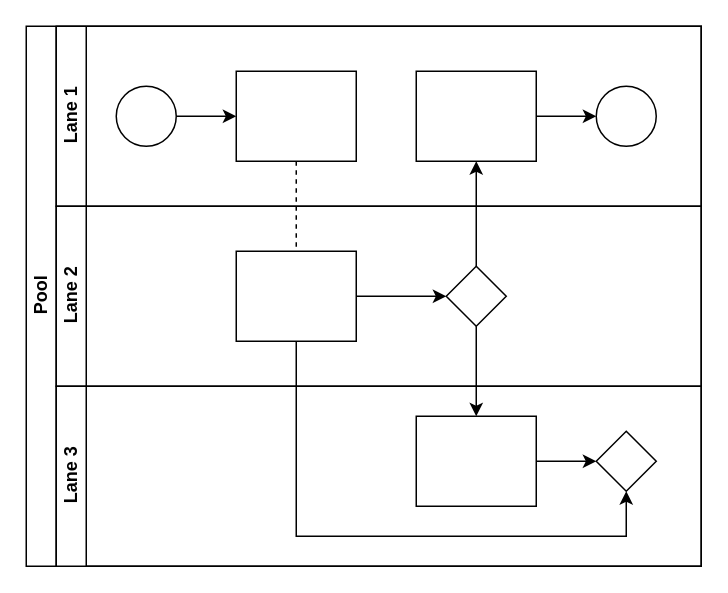
RahSharma6/PayslipApp keeps this draw.io diagram as Untitled Diagram.drawio. Above is the earlier version. Source tidied: cells renumbered, new cells numbered last; positions are measured from the earlier drawing's top-left corner, leaving out a move shared by most shapes. Both pictures are drawn from the tidied source at 150%, with x=0, y=0 at pixel (26, 26).
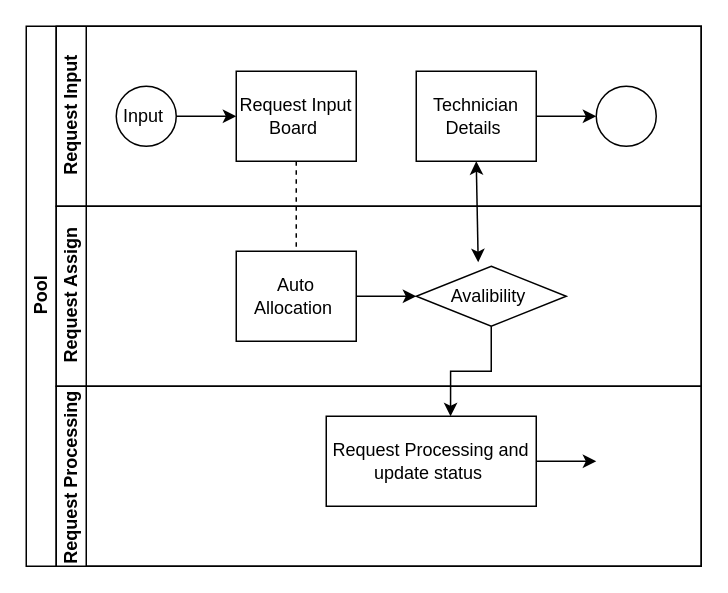
The same page after the edit.

The change refers to these unchanged cells:
```xml
<mxCell id="2" value="Pool" style="swimlane;html=1;horizontal=0;startSize=20;" parent="1" vertex="1">
  <mxGeometry width="450" height="360" as="geometry" />
</mxCell>
```

What changed in the source:
```diff
@@
-    <mxCell id="4" style="edgeStyle=orthogonalEdgeStyle;rounded=0;jettySize=auto;html=1;endArrow=classic;endFill=1;" parent="2" edge="1" source="17" target="12">
-      <mxGeometry relative="1" as="geometry" />
-    </mxCell>
-    <mxCell id="5" style="edgeStyle=orthogonalEdgeStyle;rounded=0;jettySize=auto;html=1;endArrow=classic;endFill=1;" parent="2" edge="1" source="17" target="20">
-      <mxGeometry relative="1" as="geometry" />
-    </mxCell>
-    <mxCell id="6" style="edgeStyle=orthogonalEdgeStyle;rounded=0;jettySize=auto;html=1;endArrow=classic;endFill=1;" parent="2" edge="1" source="16" target="21">
-      <mxGeometry relative="1" as="geometry">
-        <Array as="points">
-          <mxPoint x="180" y="340" />
-          <mxPoint x="400" y="340" />
-        </Array>
-      </mxGeometry>
-    </mxCell>
-    <mxCell id="7" value="Lane 1" style="swimlane;html=1;startSize=20;horizontal=0;" parent="2" vertex="1">
+    <mxCell id="7" value="Request Input" style="swimlane;html=1;startSize=20;horizontal=0;" parent="2" vertex="1">
       <mxGeometry x="20" width="430" height="120" as="geometry" />
     </mxCell>
@@
-    <mxCell id="9" style="ellipse;whiteSpace=wrap;html=1;" parent="7" vertex="1">
+    <mxCell id="9" value="Input&amp;nbsp;" style="ellipse;whiteSpace=wrap;html=1;" parent="7" vertex="1">
       <mxGeometry x="40" y="40" width="40" height="40" as="geometry" />
     </mxCell>
-    <mxCell id="10" style="rounded=0;whiteSpace=wrap;html=1;fontFamily=Helvetica;fontSize=12;fontColor=#000000;align=center;" parent="7" vertex="1">
+    <mxCell id="10" value="Request Input Board&amp;nbsp;" style="rounded=0;whiteSpace=wrap;html=1;fontFamily=Helvetica;fontSize=12;fontColor=#000000;align=center;" parent="7" vertex="1">
       <mxGeometry x="120" y="30" width="80" height="60" as="geometry" />
     </mxCell>
@@
-    <mxCell id="12" style="rounded=0;whiteSpace=wrap;html=1;fontFamily=Helvetica;fontSize=12;fontColor=#000000;align=center;" parent="7" vertex="1">
+    <mxCell id="12" value="Technician Details&amp;nbsp;" style="rounded=0;whiteSpace=wrap;html=1;fontFamily=Helvetica;fontSize=12;fontColor=#000000;align=center;" parent="7" vertex="1">
       <mxGeometry x="240" y="30" width="80" height="60" as="geometry" />
     </mxCell>
@@
-    <mxCell id="14" value="Lane 2" style="swimlane;html=1;startSize=20;horizontal=0;" parent="2" vertex="1">
+    <mxCell id="14" value="Request Assign" style="swimlane;html=1;startSize=20;horizontal=0;" parent="2" vertex="1">
       <mxGeometry x="20" y="120" width="430" height="120" as="geometry" />
     </mxCell>
@@
-    <mxCell id="16" style="rounded=0;whiteSpace=wrap;html=1;fontFamily=Helvetica;fontSize=12;fontColor=#000000;align=center;" parent="14" vertex="1">
+    <mxCell id="16" value="Auto Allocation&amp;nbsp;" style="rounded=0;whiteSpace=wrap;html=1;fontFamily=Helvetica;fontSize=12;fontColor=#000000;align=center;" parent="14" vertex="1">
       <mxGeometry x="120" y="30" width="80" height="60" as="geometry" />
     </mxCell>
-    <mxCell id="17" style="rhombus;whiteSpace=wrap;html=1;fontFamily=Helvetica;fontSize=12;fontColor=#000000;align=center;" parent="14" vertex="1">
-      <mxGeometry x="260" y="40" width="40" height="40" as="geometry" />
+    <mxCell id="17" value="Avalibility&amp;nbsp;" style="rhombus;whiteSpace=wrap;html=1;fontFamily=Helvetica;fontSize=12;fontColor=#000000;align=center;" parent="14" vertex="1">
+      <mxGeometry x="240" y="40" width="100" height="40" as="geometry" />
     </mxCell>
-    <mxCell id="18" value="Lane 3" style="swimlane;html=1;startSize=20;horizontal=0;" parent="2" vertex="1">
+    <mxCell id="18" value="Request Processing&amp;nbsp;" style="swimlane;html=1;startSize=20;horizontal=0;" parent="2" vertex="1">
       <mxGeometry x="20" y="240" width="430" height="120" as="geometry" />
     </mxCell>
-    <mxCell id="19" style="edgeStyle=orthogonalEdgeStyle;rounded=0;jettySize=auto;html=1;endArrow=classic;endFill=1;" parent="18" edge="1" source="20" target="21">
-      <mxGeometry relative="1" as="geometry" />
+    <mxCell id="19" style="edgeStyle=orthogonalEdgeStyle;rounded=0;jettySize=auto;html=1;endArrow=classic;endFill=1;" parent="18" edge="1" source="20">
+      <mxGeometry relative="1" as="geometry">
+        <mxPoint x="360" y="50" as="targetPoint" />
+      </mxGeometry>
     </mxCell>
-    <mxCell id="20" style="rounded=0;whiteSpace=wrap;html=1;fontFamily=Helvetica;fontSize=12;fontColor=#000000;align=center;" parent="18" vertex="1">
-      <mxGeometry x="240" y="20" width="80" height="60" as="geometry" />
+    <mxCell id="20" value="Request Processing and update status&amp;nbsp;" style="rounded=0;whiteSpace=wrap;html=1;fontFamily=Helvetica;fontSize=12;fontColor=#000000;align=center;" parent="18" vertex="1">
+      <mxGeometry x="180" y="20" width="140" height="60" as="geometry" />
     </mxCell>
-    <mxCell id="21" style="rhombus;whiteSpace=wrap;html=1;fontFamily=Helvetica;fontSize=12;fontColor=#000000;align=center;" parent="18" vertex="1">
-      <mxGeometry x="360" y="30" width="40" height="40" as="geometry" />
-    </mxCell>
+    <mxCell id="4" style="endArrow=classic;startArrow=classic;html=1;entryX=0.5;entryY=1;entryDx=0;entryDy=0;exitX=0.413;exitY=-0.067;exitDx=0;exitDy=0;exitPerimeter=0;" parent="2" edge="1" source="17" target="12">
+      <mxGeometry relative="1" as="geometry" />
+    </mxCell>
+    <mxCell id="5" style="edgeStyle=orthogonalEdgeStyle;rounded=0;jettySize=auto;html=1;exitX=0.5;exitY=1;exitDx=0;exitDy=0;entryX=0.592;entryY=0;entryDx=0;entryDy=0;entryPerimeter=0;" parent="2" edge="1" source="17" target="20">
+      <mxGeometry relative="1" as="geometry" />
+    </mxCell>
```
